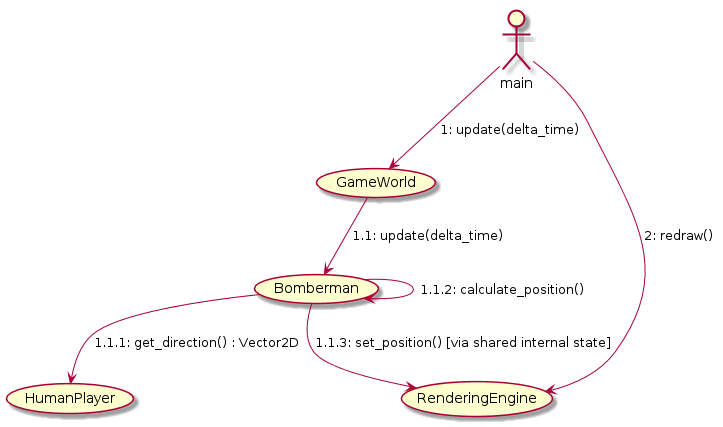
Above: docs/img/Communication_UC_1_2.png in NadzwyczajnaGrupaRobocza/bomberman (PlantUML), before the change.
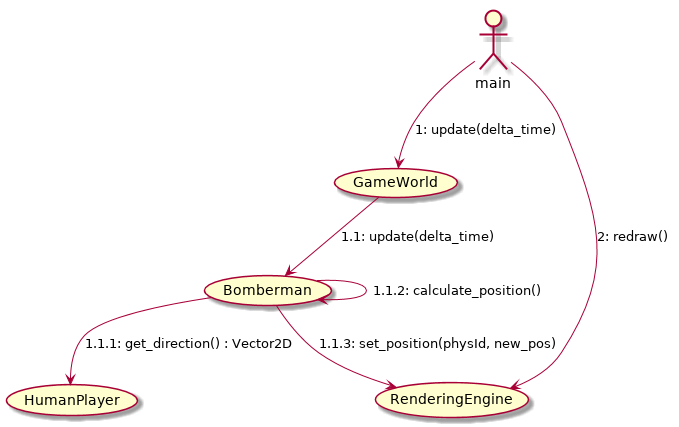
Above is the later version.

Diff of the diagram source:
```diff
@@ -4,7 +4,7 @@
 (GameWorld) --> (Bomberman) : "1.1: update(delta_time)"
 (Bomberman) --> (HumanPlayer) : "1.1.1: get_direction() : Vector2D"
 (Bomberman) --> (Bomberman) : "1.1.2: calculate_position()"
-(Bomberman) --> (RenderingEngine) : "1.1.3: set_position() [via shared internal state]"
+(Bomberman) --> (RenderingEngine) : "1.1.3: set_position(physId, new_pos)"
 :main: --> (RenderingEngine) : "2: redraw()"
 
 @enduml
```
